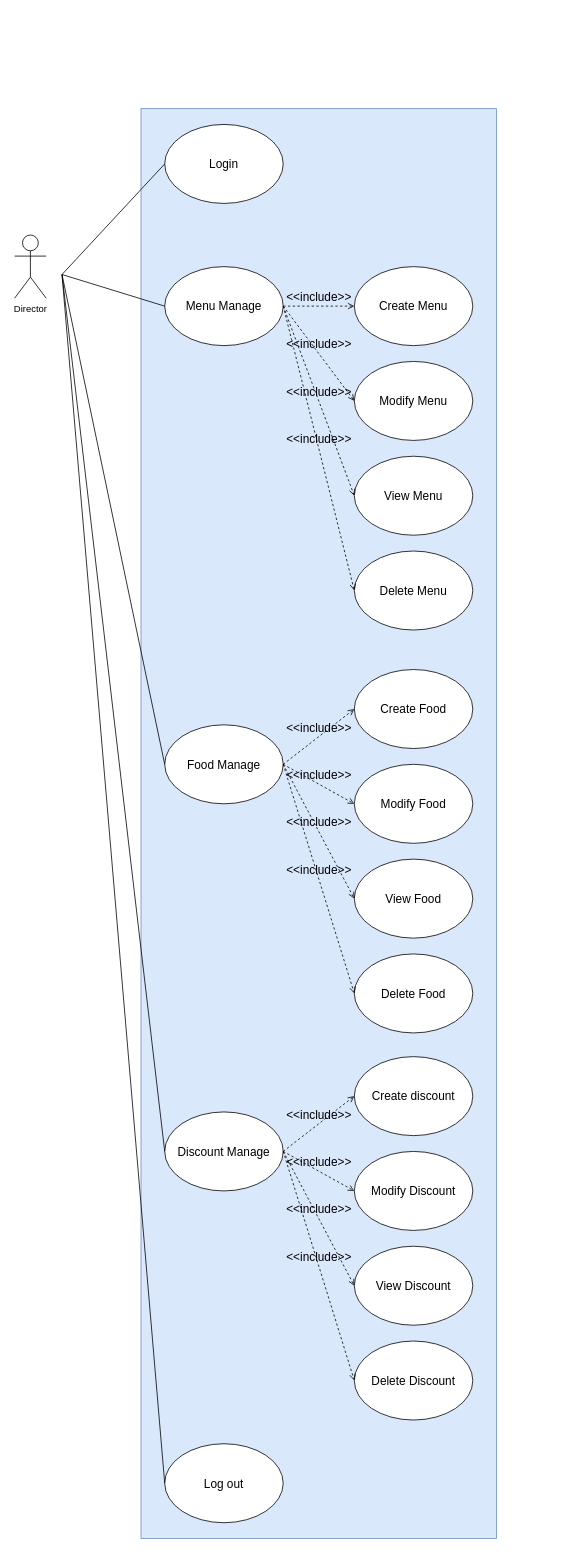
This is HCI_Subject/UseCaseFinal/Director.drawio from okbayby22/FinalProjectMobile, a draw.io file, before an edit. Source tidied: cells renumbered, new cells numbered last; positions are measured from the earlier drawing's top-left corner, leaving out a move shared by most shapes. Both pictures are drawn from the tidied source at 79%, with x=0, y=0 at pixel (14, 108).
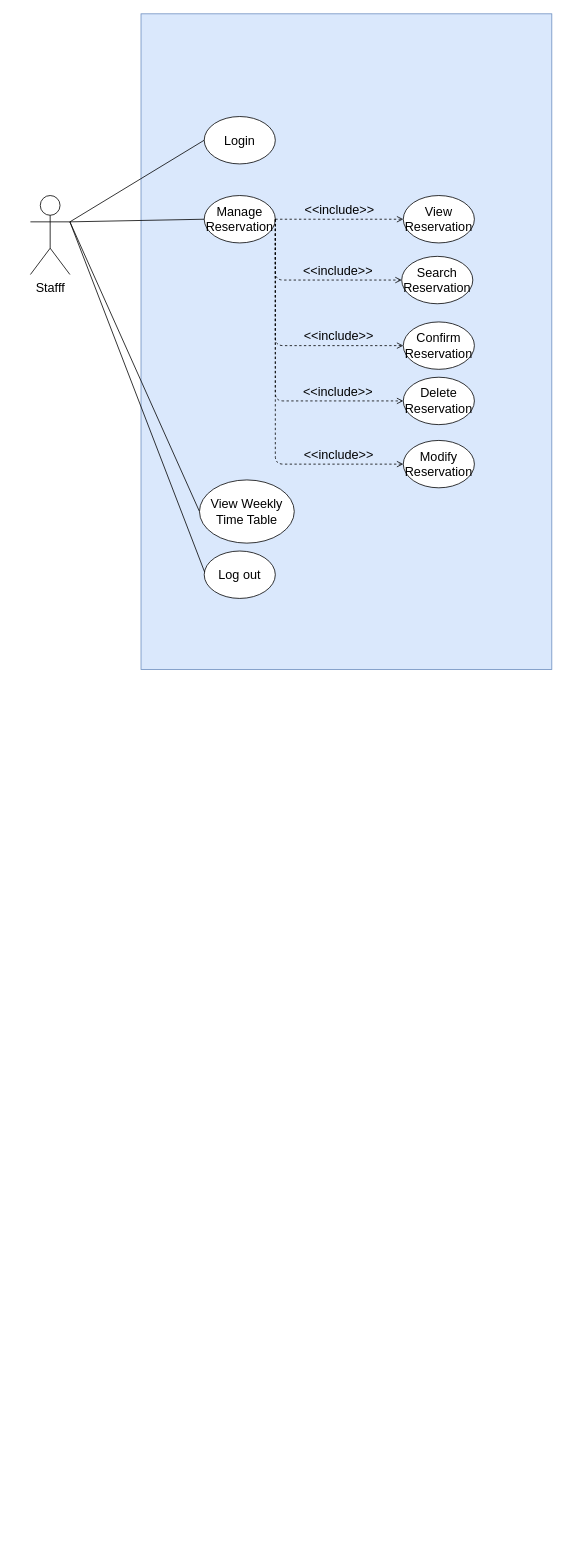
Above is the later version.

Commit message (it also covers changes not shown here):
[HuyNHT]_Update staff menu

Change to the diagram source:
```diff
@@
     <mxCell id="2" style="rounded=0;whiteSpace=wrap;html=1;fontSize=15;fillColor=#dae8fc;strokeColor=#6c8ebf;" parent="1" vertex="1">
-      <mxGeometry x="160" width="450" height="1810" as="geometry" />
+      <mxGeometry x="160" y="-120" width="520" height="830" as="geometry" />
     </mxCell>
-    <mxCell id="3" value="Director" style="shape=umlActor;verticalLabelPosition=bottom;verticalAlign=top;html=1;" parent="1" vertex="1">
-      <mxGeometry y="160" width="40" height="80" as="geometry" />
-    </mxCell>
+    <mxCell id="38" value="Stafff" style="shape=umlActor;verticalLabelPosition=bottom;verticalAlign=top;html=1;outlineConnect=0;fontSize=16;" parent="1" vertex="1">
+      <mxGeometry x="20" y="110" width="50" height="100" as="geometry" />
+    </mxCell>
-    <mxCell id="4" value="Login" style="ellipse;whiteSpace=wrap;html=1;fontSize=15;" parent="1" vertex="1">
-      <mxGeometry x="190" y="20" width="150" height="100" as="geometry" />
+    <mxCell id="4" value="Login" style="ellipse;whiteSpace=wrap;html=1;fontSize=16;" parent="1" vertex="1">
+      <mxGeometry x="240" y="10" width="90" height="60" as="geometry" />
     </mxCell>
-    <mxCell id="5" value="Menu Manage" style="ellipse;whiteSpace=wrap;html=1;fontSize=15;" parent="1" vertex="1">
-      <mxGeometry x="190" y="200" width="150" height="100" as="geometry" />
-    </mxCell>
-    <mxCell id="6" value="Create Menu" style="ellipse;whiteSpace=wrap;html=1;fontSize=15;" parent="1" vertex="1">
-      <mxGeometry x="430" y="200" width="150" height="100" as="geometry" />
-    </mxCell>
-    <mxCell id="7" value="Modify Menu" style="ellipse;whiteSpace=wrap;html=1;fontSize=15;" parent="1" vertex="1">
-      <mxGeometry x="430" y="320" width="150" height="100" as="geometry" />
-    </mxCell>
-    <mxCell id="8" value="View Menu" style="ellipse;whiteSpace=wrap;html=1;fontSize=15;" parent="1" vertex="1">
-      <mxGeometry x="430" y="440" width="150" height="100" as="geometry" />
-    </mxCell>
-    <mxCell id="9" value="Delete Menu" style="ellipse;whiteSpace=wrap;html=1;fontSize=15;" parent="1" vertex="1">
-      <mxGeometry x="430" y="560" width="150" height="100" as="geometry" />
-    </mxCell>
-    <mxCell id="10" value="Food Manage" style="ellipse;whiteSpace=wrap;html=1;fontSize=15;" parent="1" vertex="1">
-      <mxGeometry x="190" y="780" width="150" height="100" as="geometry" />
-    </mxCell>
-    <mxCell id="11" value="Create Food" style="ellipse;whiteSpace=wrap;html=1;fontSize=15;" parent="1" vertex="1">
-      <mxGeometry x="430" y="710" width="150" height="100" as="geometry" />
-    </mxCell>
-    <mxCell id="12" value="Modify Food" style="ellipse;whiteSpace=wrap;html=1;fontSize=15;" parent="1" vertex="1">
-      <mxGeometry x="430" y="830" width="150" height="100" as="geometry" />
-    </mxCell>
-    <mxCell id="13" value="View Food" style="ellipse;whiteSpace=wrap;html=1;fontSize=15;" parent="1" vertex="1">
-      <mxGeometry x="430" y="950" width="150" height="100" as="geometry" />
-    </mxCell>
-    <mxCell id="14" value="Delete Food" style="ellipse;whiteSpace=wrap;html=1;fontSize=15;" parent="1" vertex="1">
-      <mxGeometry x="430" y="1070" width="150" height="100" as="geometry" />
-    </mxCell>
-    <mxCell id="15" value="Discount Manage" style="ellipse;whiteSpace=wrap;html=1;fontSize=15;" parent="1" vertex="1">
-      <mxGeometry x="190" y="1270" width="150" height="100" as="geometry" />
-    </mxCell>
-    <mxCell id="16" value="Create discount" style="ellipse;whiteSpace=wrap;html=1;fontSize=15;" parent="1" vertex="1">
-      <mxGeometry x="430" y="1200" width="150" height="100" as="geometry" />
-    </mxCell>
-    <mxCell id="17" value="Modify Discount" style="ellipse;whiteSpace=wrap;html=1;fontSize=15;" parent="1" vertex="1">
-      <mxGeometry x="430" y="1320" width="150" height="100" as="geometry" />
-    </mxCell>
-    <mxCell id="18" value="View Discount" style="ellipse;whiteSpace=wrap;html=1;fontSize=15;" parent="1" vertex="1">
-      <mxGeometry x="430" y="1440" width="150" height="100" as="geometry" />
-    </mxCell>
-    <mxCell id="19" value="Delete Discount" style="ellipse;whiteSpace=wrap;html=1;fontSize=15;" parent="1" vertex="1">
-      <mxGeometry x="430" y="1560" width="150" height="100" as="geometry" />
-    </mxCell>
-    <mxCell id="20" value="&amp;lt;&amp;lt;include&amp;gt;&amp;gt;" style="html=1;verticalAlign=bottom;labelBackgroundColor=none;endArrow=open;endFill=0;dashed=1;fontSize=15;entryX=0;entryY=0.5;entryDx=0;entryDy=0;exitX=1;exitY=0.5;exitDx=0;exitDy=0;" parent="1" edge="1" source="15" target="19">
-      <mxGeometry relative="1" as="geometry" />
-    </mxCell>
-    <mxCell id="21" value="&amp;lt;&amp;lt;include&amp;gt;&amp;gt;" style="html=1;verticalAlign=bottom;labelBackgroundColor=none;endArrow=open;endFill=0;dashed=1;fontSize=15;entryX=0;entryY=0.5;entryDx=0;entryDy=0;exitX=1;exitY=0.5;exitDx=0;exitDy=0;" parent="1" edge="1" source="15" target="18">
-      <mxGeometry relative="1" as="geometry" />
-    </mxCell>
-    <mxCell id="22" value="&amp;lt;&amp;lt;include&amp;gt;&amp;gt;" style="html=1;verticalAlign=bottom;labelBackgroundColor=none;endArrow=open;endFill=0;dashed=1;fontSize=15;entryX=0;entryY=0.5;entryDx=0;entryDy=0;exitX=1;exitY=0.5;exitDx=0;exitDy=0;" parent="1" edge="1" source="15" target="17">
-      <mxGeometry relative="1" as="geometry" />
-    </mxCell>
-    <mxCell id="23" value="&amp;lt;&amp;lt;include&amp;gt;&amp;gt;" style="html=1;verticalAlign=bottom;labelBackgroundColor=none;endArrow=open;endFill=0;dashed=1;fontSize=15;entryX=0;entryY=0.5;entryDx=0;entryDy=0;exitX=1;exitY=0.5;exitDx=0;exitDy=0;" parent="1" edge="1" source="15" target="16">
-      <mxGeometry relative="1" as="geometry" />
-    </mxCell>
-    <mxCell id="24" value="&amp;lt;&amp;lt;include&amp;gt;&amp;gt;" style="html=1;verticalAlign=bottom;labelBackgroundColor=none;endArrow=open;endFill=0;dashed=1;fontSize=15;entryX=0;entryY=0.5;entryDx=0;entryDy=0;exitX=1;exitY=0.5;exitDx=0;exitDy=0;" parent="1" edge="1" source="10" target="14">
-      <mxGeometry relative="1" as="geometry" />
-    </mxCell>
-    <mxCell id="25" value="&amp;lt;&amp;lt;include&amp;gt;&amp;gt;" style="html=1;verticalAlign=bottom;labelBackgroundColor=none;endArrow=open;endFill=0;dashed=1;fontSize=15;exitX=1;exitY=0.5;exitDx=0;exitDy=0;" parent="1" edge="1" source="10">
-      <mxGeometry relative="1" as="geometry">
-        <mxPoint x="430" y="1000" as="targetPoint" />
-      </mxGeometry>
-    </mxCell>
-    <mxCell id="26" value="&amp;lt;&amp;lt;include&amp;gt;&amp;gt;" style="html=1;verticalAlign=bottom;labelBackgroundColor=none;endArrow=open;endFill=0;dashed=1;fontSize=15;exitX=1;exitY=0.5;exitDx=0;exitDy=0;entryX=0;entryY=0.5;entryDx=0;entryDy=0;" parent="1" edge="1" source="10" target="12">
-      <mxGeometry relative="1" as="geometry" />
-    </mxCell>
-    <mxCell id="27" value="&amp;lt;&amp;lt;include&amp;gt;&amp;gt;" style="html=1;verticalAlign=bottom;labelBackgroundColor=none;endArrow=open;endFill=0;dashed=1;fontSize=15;exitX=1;exitY=0.5;exitDx=0;exitDy=0;entryX=0;entryY=0.5;entryDx=0;entryDy=0;" parent="1" edge="1" source="10" target="11">
-      <mxGeometry relative="1" as="geometry" />
-    </mxCell>
-    <mxCell id="28" value="&amp;lt;&amp;lt;include&amp;gt;&amp;gt;" style="html=1;verticalAlign=bottom;labelBackgroundColor=none;endArrow=open;endFill=0;dashed=1;fontSize=15;exitX=1;exitY=0.5;exitDx=0;exitDy=0;entryX=0;entryY=0.5;entryDx=0;entryDy=0;" parent="1" edge="1" source="5" target="9">
-      <mxGeometry relative="1" as="geometry" />
-    </mxCell>
-    <mxCell id="29" value="&amp;lt;&amp;lt;include&amp;gt;&amp;gt;" style="html=1;verticalAlign=bottom;labelBackgroundColor=none;endArrow=open;endFill=0;dashed=1;fontSize=15;exitX=1;exitY=0.5;exitDx=0;exitDy=0;entryX=0;entryY=0.5;entryDx=0;entryDy=0;" parent="1" edge="1" source="5" target="8">
-      <mxGeometry relative="1" as="geometry" />
-    </mxCell>
-    <mxCell id="30" value="&amp;lt;&amp;lt;include&amp;gt;&amp;gt;" style="html=1;verticalAlign=bottom;labelBackgroundColor=none;endArrow=open;endFill=0;dashed=1;fontSize=15;exitX=1;exitY=0.5;exitDx=0;exitDy=0;entryX=0;entryY=0.5;entryDx=0;entryDy=0;" parent="1" edge="1" source="5" target="7">
-      <mxGeometry relative="1" as="geometry" />
-    </mxCell>
-    <mxCell id="31" value="&amp;lt;&amp;lt;include&amp;gt;&amp;gt;" style="html=1;verticalAlign=bottom;labelBackgroundColor=none;endArrow=open;endFill=0;dashed=1;fontSize=15;exitX=1;exitY=0.5;exitDx=0;exitDy=0;entryX=0;entryY=0.5;entryDx=0;entryDy=0;" parent="1" edge="1" source="5" target="6">
-      <mxGeometry relative="1" as="geometry" />
-    </mxCell>
-    <mxCell id="32" style="endArrow=none;html=1;fontSize=15;entryX=0;entryY=0.5;entryDx=0;entryDy=0;" parent="1" edge="1" target="4">
-      <mxGeometry relative="1" as="geometry">
-        <mxPoint x="60" y="210" as="sourcePoint" />
-      </mxGeometry>
-    </mxCell>
-    <mxCell id="33" style="endArrow=none;html=1;fontSize=15;entryX=0;entryY=0.5;entryDx=0;entryDy=0;" parent="1" edge="1" target="5">
-      <mxGeometry relative="1" as="geometry">
-        <mxPoint x="60" y="210" as="sourcePoint" />
-      </mxGeometry>
-    </mxCell>
-    <mxCell id="34" style="endArrow=none;html=1;fontSize=15;entryX=0;entryY=0.5;entryDx=0;entryDy=0;" parent="1" edge="1" target="10">
-      <mxGeometry relative="1" as="geometry">
-        <mxPoint x="60" y="210" as="sourcePoint" />
-      </mxGeometry>
-    </mxCell>
-    <mxCell id="35" style="endArrow=none;html=1;fontSize=15;entryX=0;entryY=0.5;entryDx=0;entryDy=0;" parent="1" edge="1" target="15">
-      <mxGeometry relative="1" as="geometry">
-        <mxPoint x="60" y="210" as="sourcePoint" />
-      </mxGeometry>
-    </mxCell>
+    <mxCell id="39" style="endArrow=none;html=1;entryX=0;entryY=0.5;entryDx=0;entryDy=0;exitX=1;exitY=0.3333333333333333;exitDx=0;exitDy=0;exitPerimeter=0;fontSize=16;" parent="1" edge="1" source="38" target="4">
+      <mxGeometry relative="1" as="geometry" />
+    </mxCell>
+    <mxCell id="40" value="Manage Reservation" style="ellipse;whiteSpace=wrap;html=1;fontSize=16;" parent="1" vertex="1">
+      <mxGeometry x="240" y="110" width="90" height="60" as="geometry" />
+    </mxCell>
+    <mxCell id="41" style="endArrow=none;html=1;fontSize=16;entryX=0;entryY=0.5;entryDx=0;entryDy=0;exitX=1;exitY=0.3333333333333333;exitDx=0;exitDy=0;exitPerimeter=0;" parent="1" edge="1" source="38" target="40">
+      <mxGeometry relative="1" as="geometry" />
+    </mxCell>
+    <mxCell id="42" value="View Reservation" style="ellipse;whiteSpace=wrap;html=1;fontSize=16;" parent="1" vertex="1">
+      <mxGeometry x="492" y="110" width="90" height="60" as="geometry" />
+    </mxCell>
+    <mxCell id="43" value="Search Reservation" style="ellipse;whiteSpace=wrap;html=1;fontSize=16;" parent="1" vertex="1">
+      <mxGeometry x="490" y="187" width="90" height="60" as="geometry" />
+    </mxCell>
+    <mxCell id="44" value="Confirm Reservation" style="ellipse;whiteSpace=wrap;html=1;fontSize=16;" parent="1" vertex="1">
+      <mxGeometry x="492" y="270" width="90" height="60" as="geometry" />
+    </mxCell>
+    <mxCell id="45" value="Delete Reservation" style="ellipse;whiteSpace=wrap;html=1;fontSize=16;" parent="1" vertex="1">
+      <mxGeometry x="492" y="340" width="90" height="60" as="geometry" />
+    </mxCell>
+    <mxCell id="46" value="Modify Reservation" style="ellipse;whiteSpace=wrap;html=1;fontSize=16;" parent="1" vertex="1">
+      <mxGeometry x="492" y="420" width="90" height="60" as="geometry" />
+    </mxCell>
+    <mxCell id="47" value="&amp;lt;&amp;lt;include&amp;gt;&amp;gt;" style="html=1;verticalAlign=bottom;labelBackgroundColor=none;endArrow=open;endFill=0;dashed=1;fontSize=16;exitX=1;exitY=0.5;exitDx=0;exitDy=0;entryX=0;entryY=0.5;entryDx=0;entryDy=0;" parent="1" edge="1" source="40" target="42">
+      <mxGeometry relative="1" as="geometry" />
+    </mxCell>
+    <mxCell id="48" value="&amp;lt;&amp;lt;include&amp;gt;&amp;gt;" style="html=1;verticalAlign=bottom;labelBackgroundColor=none;endArrow=open;endFill=0;dashed=1;fontSize=16;exitX=1;exitY=0.5;exitDx=0;exitDy=0;entryX=0;entryY=0.5;entryDx=0;entryDy=0;" parent="1" edge="1" source="40" target="43">
+      <mxGeometry x="0.32" relative="1" as="geometry">
+        <Array as="points">
+          <mxPoint x="330" y="217" />
+        </Array>
+      </mxGeometry>
+    </mxCell>
+    <mxCell id="49" value="&amp;lt;&amp;lt;include&amp;gt;&amp;gt;" style="html=1;verticalAlign=bottom;labelBackgroundColor=none;endArrow=open;endFill=0;dashed=1;fontSize=16;exitX=1;exitY=0.5;exitDx=0;exitDy=0;entryX=0;entryY=0.5;entryDx=0;entryDy=0;" parent="1" edge="1" source="40" target="44">
+      <mxGeometry x="0.49" relative="1" as="geometry">
+        <Array as="points">
+          <mxPoint x="330" y="300" />
+        </Array>
+      </mxGeometry>
+    </mxCell>
+    <mxCell id="50" value="&amp;lt;&amp;lt;include&amp;gt;&amp;gt;" style="html=1;verticalAlign=bottom;labelBackgroundColor=none;endArrow=open;endFill=0;dashed=1;fontSize=16;exitX=1;exitY=0.5;exitDx=0;exitDy=0;entryX=0;entryY=0.5;entryDx=0;entryDy=0;" parent="1" edge="1" source="40" target="45">
+      <mxGeometry x="0.58" y="-80" relative="1" as="geometry">
+        <Array as="points">
+          <mxPoint x="330" y="370" />
+        </Array>
+      </mxGeometry>
+    </mxCell>
+    <mxCell id="51" value="&amp;lt;&amp;lt;include&amp;gt;&amp;gt;" style="html=1;verticalAlign=bottom;labelBackgroundColor=none;endArrow=open;endFill=0;dashed=1;fontSize=16;exitX=1;exitY=0.5;exitDx=0;exitDy=0;entryX=0;entryY=0.5;entryDx=0;entryDy=0;" parent="1" edge="1" source="40" target="46">
+      <mxGeometry x="0.65" y="80" relative="1" as="geometry">
+        <Array as="points">
+          <mxPoint x="330" y="450" />
+        </Array>
+      </mxGeometry>
+    </mxCell>
+    <mxCell id="52" style="endArrow=none;html=1;fontSize=16;entryX=0;entryY=0.5;entryDx=0;entryDy=0;exitX=1;exitY=0.3333333333333333;exitDx=0;exitDy=0;exitPerimeter=0;" parent="1" edge="1" source="38" target="54">
+      <mxGeometry relative="1" as="geometry" />
+    </mxCell>
-    <mxCell id="36" value="Log out" style="ellipse;whiteSpace=wrap;html=1;fontSize=15;" parent="1" vertex="1">
-      <mxGeometry x="190" y="1690" width="150" height="100" as="geometry" />
+    <mxCell id="36" value="Log out" style="ellipse;whiteSpace=wrap;html=1;fontSize=16;" parent="1" vertex="1">
+      <mxGeometry x="240" y="560" width="90" height="60" as="geometry" />
     </mxCell>
-    <mxCell id="37" style="endArrow=none;html=1;fontSize=15;entryX=0;entryY=0.5;entryDx=0;entryDy=0;" parent="1" edge="1" target="36">
-      <mxGeometry relative="1" as="geometry">
-        <mxPoint x="60" y="210" as="sourcePoint" />
-      </mxGeometry>
-    </mxCell>
+    <mxCell id="53" style="endArrow=none;html=1;fontSize=16;entryX=0.005;entryY=0.44;entryDx=0;entryDy=0;entryPerimeter=0;exitX=1;exitY=0.3333333333333333;exitDx=0;exitDy=0;exitPerimeter=0;" parent="1" edge="1" source="38" target="36">
+      <mxGeometry relative="1" as="geometry" />
+    </mxCell>
+    <mxCell id="54" value="View Weekly Time Table" style="ellipse;whiteSpace=wrap;html=1;fontSize=16;" parent="1" vertex="1">
+      <mxGeometry x="234" y="470" width="120" height="80" as="geometry" />
+    </mxCell>
```
